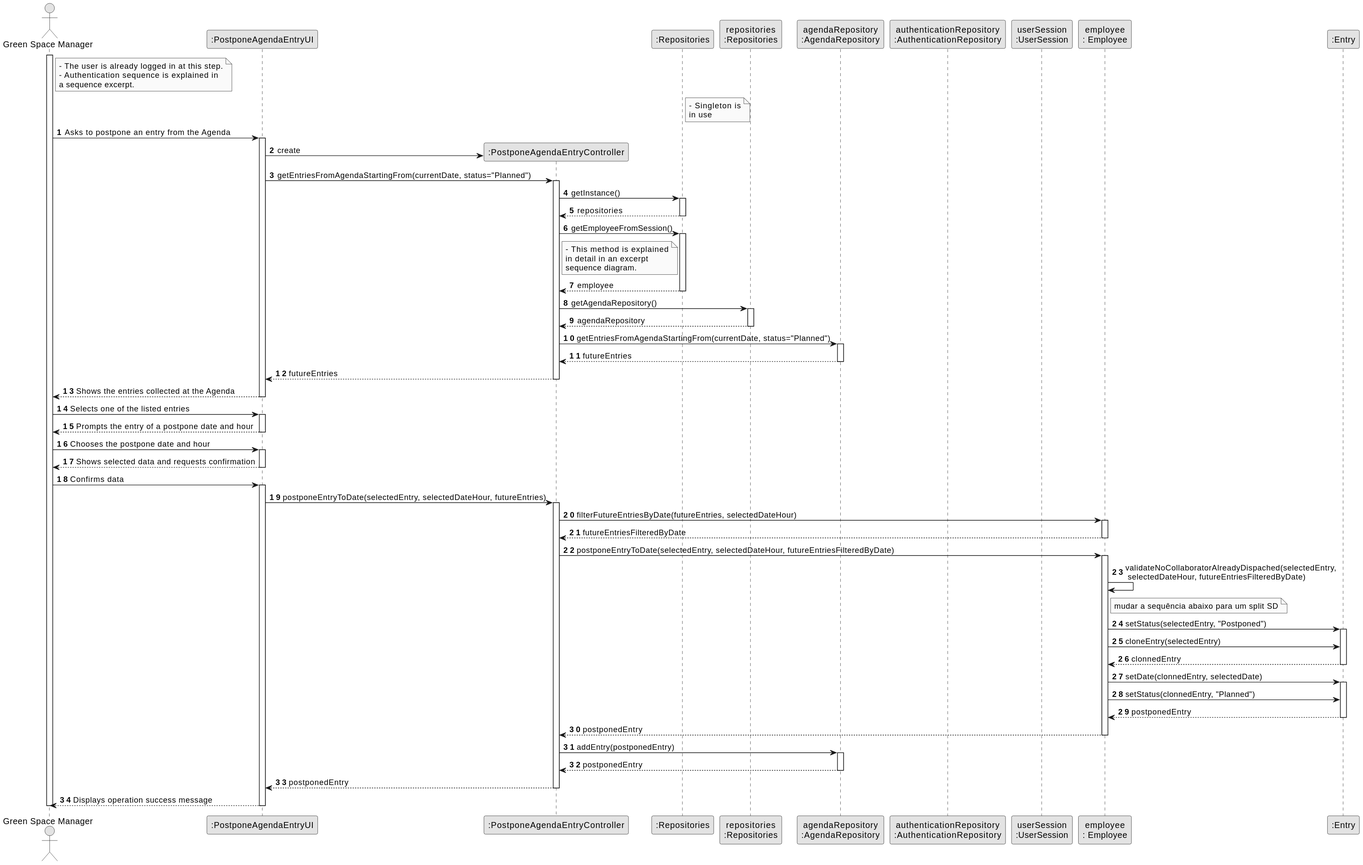
Above: docs/sprintC/us24/03.design/svg/us24-sequence-diagram-full.svg in Paulo-Pereira-at-ISEP/lei-24-s2-1nanb-g321 (PlantUML), before the change.
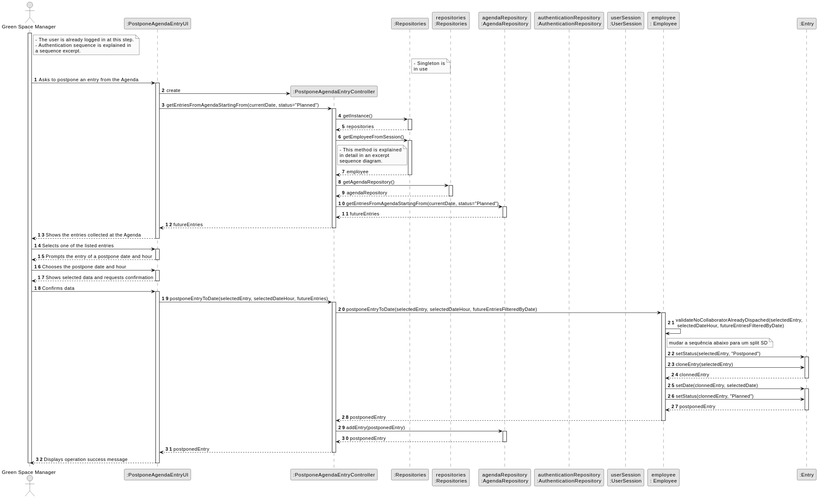
Above is the later version.

Commit message:
LGGPM-203 - US24 - Design - SD, Class Diagram and Rationals update

Change to the diagram source:
```diff
@@ -106,13 +106,6 @@
 
                 activate controller
 
-                controller -> MGR : filterFutureEntriesByDate(futureEntries, selectedDateHour)
-
-                    activate MGR
-
-                        MGR --> controller : futureEntriesFilteredByDate
-
-                    deactivate MGR
 
 
                 controller -> MGR : postponeEntryToDate(selectedEntry, selectedDateHour, futureEntriesFilteredByDate)
```
